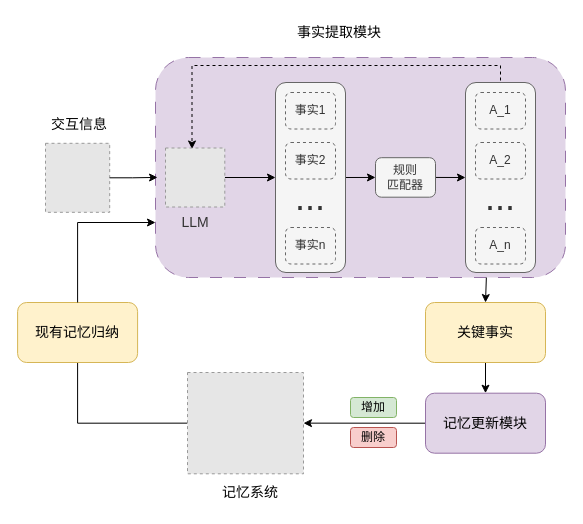
niuyiqun/llm_agent keeps this draw.io diagram as 研究内容1.drawio. Above is the earlier version. Source tidied: cells renumbered, new cells numbered last; positions are measured from the earlier drawing's top-left corner, leaving out a move shared by most shapes. Both pictures are drawn from the tidied source at 100%, with x=0, y=0 at pixel (17, 17). Pictures stored in the file or linked from it are replaced by grey dashed boxes.
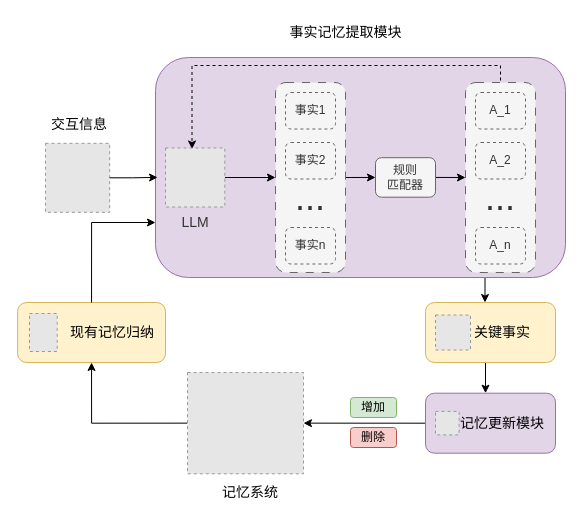
Above is the later version.

Commit message:
更新研究内容1.drawio

What changed in the source:
```diff
@@
+    <mxCell id="36" style="edgeStyle=orthogonalEdgeStyle;rounded=0;orthogonalLoop=1;jettySize=auto;html=1;exitX=0.75;exitY=1;exitDx=0;exitDy=0;entryX=0.25;entryY=0;entryDx=0;entryDy=0;" parent="1" edge="1">
+      <mxGeometry relative="1" as="geometry">
+        <mxPoint x="472.5" y="260" as="sourcePoint" />
+        <mxPoint x="467.5" y="285" as="targetPoint" />
+      </mxGeometry>
+    </mxCell>
-    <mxCell id="2" style="rounded=1;whiteSpace=wrap;html=1;dashed=1;dashPattern=12 12;fillColor=#e1d5e7;strokeColor=#9673a6;" parent="1" vertex="1">
+    <mxCell id="2" style="rounded=1;whiteSpace=wrap;html=1;fillColor=#e1d5e7;strokeColor=#9673a6;" parent="1" vertex="1">
       <mxGeometry x="138" y="40" width="410" height="220" as="geometry" />
     </mxCell>
@@
-    <mxCell id="4" style="rounded=1;whiteSpace=wrap;html=1;fillColor=#f5f5f5;fontColor=#333333;strokeColor=#666666;" parent="1" vertex="1">
+    <mxCell id="4" style="rounded=1;whiteSpace=wrap;html=1;fillColor=#f5f5f5;fontColor=#333333;strokeColor=#666666;dashed=1;dashPattern=8 8;" parent="1" vertex="1">
       <mxGeometry x="258" y="65" width="70" height="190" as="geometry" />
     </mxCell>
@@
-    <mxCell id="12" style="rounded=1;whiteSpace=wrap;html=1;fillColor=#f5f5f5;fontColor=#333333;strokeColor=#666666;" parent="1" vertex="1">
+    <mxCell id="12" style="rounded=1;whiteSpace=wrap;html=1;fillColor=#f5f5f5;fontColor=#333333;strokeColor=#666666;dashed=1;dashPattern=8 8;" parent="1" vertex="1">
       <mxGeometry x="448" y="65" width="70" height="190" as="geometry" />
     </mxCell>
@@
-    <mxCell id="20" value="&lt;span style=&quot;font-size: 14px;&quot;&gt;事实提取模块&lt;/span&gt;" style="text;strokeColor=none;align=center;fillColor=none;html=1;verticalAlign=middle;whiteSpace=wrap;rounded=0;" parent="1" vertex="1">
-      <mxGeometry x="269" width="106" height="30" as="geometry" />
+    <mxCell id="20" value="&lt;span style=&quot;font-size: 14px;&quot;&gt;事实记忆提取模块&lt;/span&gt;" style="text;strokeColor=none;align=center;fillColor=none;html=1;verticalAlign=middle;whiteSpace=wrap;rounded=0;" parent="1" vertex="1">
+      <mxGeometry x="269" width="119" height="30" as="geometry" />
     </mxCell>
@@
-    <mxCell id="24" value="&lt;font style=&quot;font-size: 14px;&quot;&gt;现有记忆归纳&lt;/font&gt;" style="rounded=1;whiteSpace=wrap;html=1;fillColor=#fff2cc;strokeColor=#d6b656;" parent="1" vertex="1">
-      <mxGeometry x="0.1" y="285" width="120" height="60" as="geometry" />
+    <mxCell id="24" style="rounded=1;whiteSpace=wrap;html=1;fillColor=#fff2cc;strokeColor=#d6b656;" parent="1" vertex="1">
+      <mxGeometry x="0.1" y="285" width="147.9" height="60" as="geometry" />
     </mxCell>
@@
-    <mxCell id="26" style="edgeStyle=orthogonalEdgeStyle;rounded=0;jettySize=auto;html=1;exitX=0.5;exitY=1;exitDx=0;exitDy=0;entryX=0.5;entryY=0;entryDx=0;entryDy=0;" parent="1" edge="1" source="27" target="32">
-      <mxGeometry relative="1" as="geometry" />
+    <mxCell id="26" style="edgeStyle=orthogonalEdgeStyle;rounded=0;orthogonalLoop=1;jettySize=auto;html=1;exitX=0.5;exitY=1;exitDx=0;exitDy=0;entryX=0.5;entryY=0;entryDx=0;entryDy=0;" parent="1" edge="1">
+      <mxGeometry relative="1" as="geometry">
+        <mxPoint x="468" y="345" as="sourcePoint" />
+        <mxPoint x="468" y="375.7" as="targetPoint" />
+      </mxGeometry>
     </mxCell>
-    <mxCell id="27" value="&lt;span style=&quot;font-size: 14px;&quot;&gt;关键事实&lt;/span&gt;" style="rounded=1;whiteSpace=wrap;html=1;fillColor=#fff2cc;strokeColor=#d6b656;" parent="1" vertex="1">
-      <mxGeometry x="408" y="285" width="120" height="60" as="geometry" />
+    <mxCell id="27" style="rounded=1;whiteSpace=wrap;html=1;fillColor=#fff2cc;strokeColor=#d6b656;" parent="1" vertex="1">
+      <mxGeometry x="408" y="285" width="130" height="60" as="geometry" />
     </mxCell>
-    <mxCell id="28" style="endArrow=classic;html=1;rounded=0;exitX=0.807;exitY=1;exitDx=0;exitDy=0;exitPerimeter=0;entryX=0.5;entryY=0;entryDx=0;entryDy=0;" parent="1" edge="1" source="2" target="27">
-      <mxGeometry relative="1" as="geometry" />
-    </mxCell>
@@
-    <mxCell id="32" value="&lt;span style=&quot;font-size: 14px;&quot;&gt;记忆更新模块&lt;/span&gt;" style="rounded=1;whiteSpace=wrap;html=1;fillColor=#e1d5e7;strokeColor=#9673a6;" parent="1" vertex="1">
-      <mxGeometry x="408" y="375.7" width="120" height="60" as="geometry" />
+    <mxCell id="32" style="rounded=1;whiteSpace=wrap;html=1;fillColor=#e1d5e7;strokeColor=#9673a6;" parent="1" vertex="1">
+      <mxGeometry x="408" y="375.7" width="130" height="60" as="geometry" />
     </mxCell>
@@
+    <mxCell id="37" value="&lt;span style=&quot;font-size: 14px;&quot;&gt;记忆更新模块&lt;/span&gt;" style="text;strokeColor=none;align=center;fillColor=none;html=1;verticalAlign=middle;whiteSpace=wrap;rounded=0;" parent="1" vertex="1">
+      <mxGeometry x="432" y="390.7" width="106" height="30" as="geometry" />
+    </mxCell>
+    <mxCell id="38" style="fillColor=#E6E6E6;strokeColor=#999999;dashed=1;verticalLabelPosition=bottom;verticalAlign=top;" parent="1" vertex="1">
+      <mxGeometry x="418" y="393.9" width="23.6" height="23.5" as="geometry" />
+    </mxCell>
+    <mxCell id="39" value="&lt;span style=&quot;font-size: 14px;&quot;&gt;现有记忆归纳&lt;/span&gt;" style="text;strokeColor=none;align=center;fillColor=none;html=1;verticalAlign=middle;whiteSpace=wrap;rounded=0;" parent="1" vertex="1">
+      <mxGeometry x="42" y="300" width="106" height="30" as="geometry" />
+    </mxCell>
+    <mxCell id="40" value="&lt;span style=&quot;font-size: 14px;&quot;&gt;关键事实&lt;/span&gt;" style="text;strokeColor=none;align=center;fillColor=none;html=1;verticalAlign=middle;whiteSpace=wrap;rounded=0;" parent="1" vertex="1">
+      <mxGeometry x="432" y="300" width="106" height="30" as="geometry" />
+    </mxCell>
+    <mxCell id="41" style="fillColor=#E6E6E6;strokeColor=#999999;dashed=1;verticalLabelPosition=bottom;verticalAlign=top;" parent="1" vertex="1">
+      <mxGeometry x="418" y="297.5" width="35" height="35" as="geometry" />
+    </mxCell>
+    <mxCell id="42" style="fillColor=#E6E6E6;strokeColor=#999999;dashed=1;verticalLabelPosition=bottom;verticalAlign=top;" parent="1" vertex="1">
+      <mxGeometry x="12" y="296" width="27.7" height="38" as="geometry" />
+    </mxCell>
```
